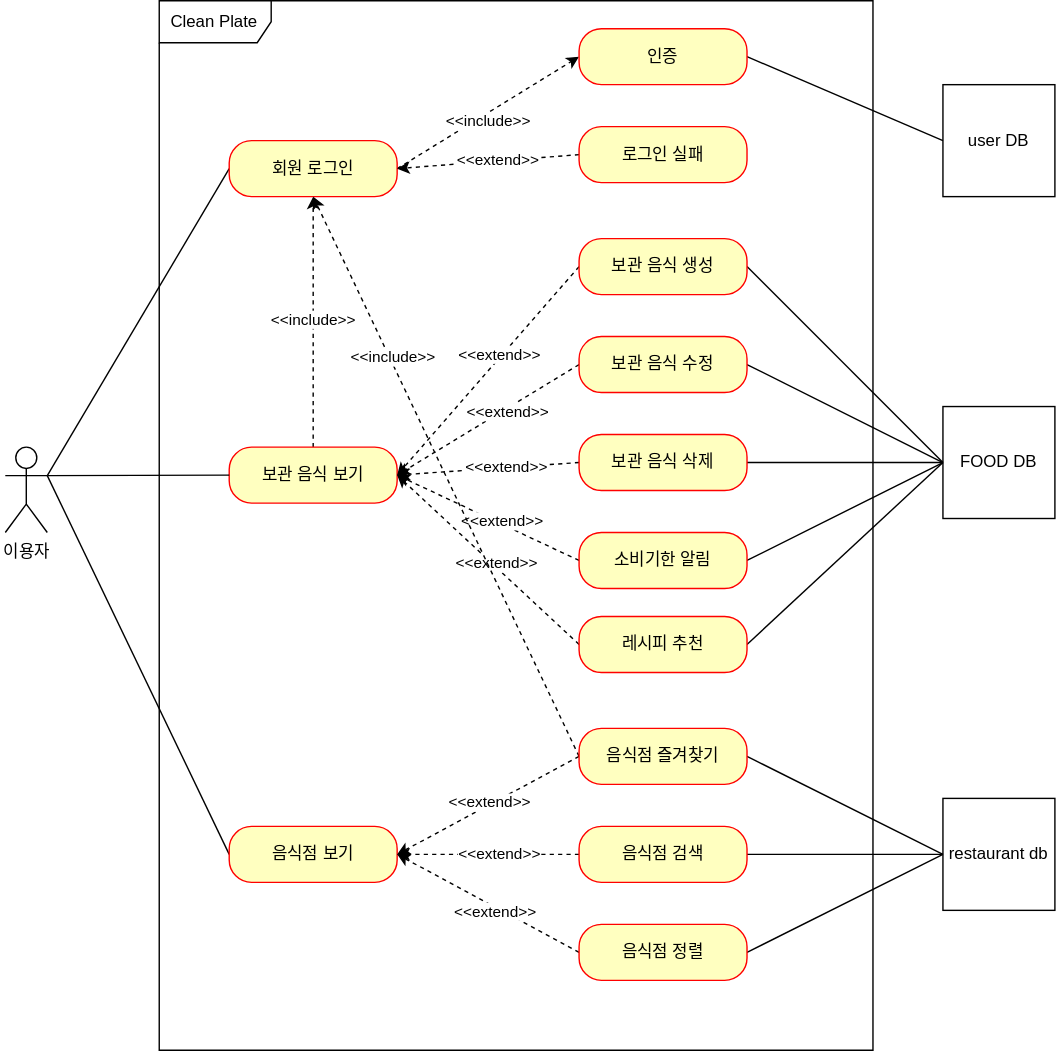
Earlier version of the draw.io export cleanplate/document/use-case.svg (whwlsgkr7/Clean-Plate). Source tidied: cells renumbered, new cells last; positions are measured from the earlier drawing's top-left corner, leaving out a move shared by most shapes.
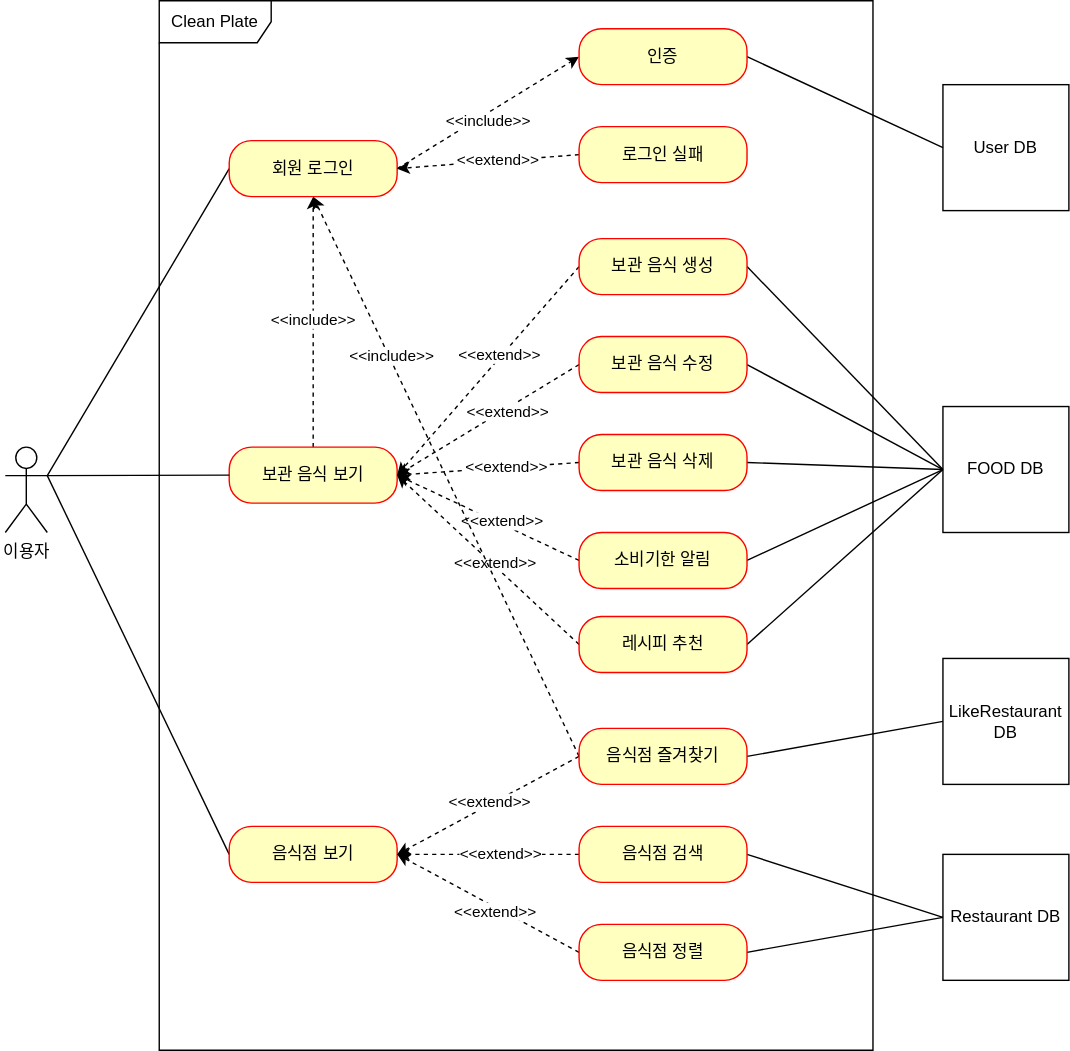
After the change.

Commit message:
usecase 업데이트

The edit, as a diff of the source:
```diff
@@ -14,14 +14,14 @@
     <mxCell id="5" value="Clean Plate" style="shape=umlFrame;whiteSpace=wrap;html=1;width=80;height=30;" parent="1" vertex="1">
       <mxGeometry x="110" width="510" height="750" as="geometry" />
     </mxCell>
-    <mxCell id="6" value="user DB" style="whiteSpace=wrap;html=1;" parent="1" vertex="1">
-      <mxGeometry x="670" y="60" width="80" height="80" as="geometry" />
+    <mxCell id="6" value="User DB" style="whiteSpace=wrap;html=1;" parent="1" vertex="1">
+      <mxGeometry x="670" y="60" width="90" height="90" as="geometry" />
     </mxCell>
     <mxCell id="7" value="FOOD DB" style="whiteSpace=wrap;html=1;" parent="1" vertex="1">
-      <mxGeometry x="670" y="290" width="80" height="80" as="geometry" />
+      <mxGeometry x="670" y="290" width="90" height="90" as="geometry" />
     </mxCell>
-    <mxCell id="8" value="restaurant db" style="whiteSpace=wrap;html=1;" parent="1" vertex="1">
-      <mxGeometry x="670" y="570" width="80" height="80" as="geometry" />
+    <mxCell id="8" value="Restaurant DB" style="whiteSpace=wrap;html=1;" parent="1" vertex="1">
+      <mxGeometry x="670" y="610" width="90" height="90" as="geometry" />
     </mxCell>
     <mxCell id="9" style="rounded=0;jettySize=auto;html=1;exitX=1;exitY=0.5;exitDx=0;exitDy=0;entryX=0;entryY=0.5;entryDx=0;entryDy=0;dashed=1;" parent="1" edge="1" source="11" target="17">
       <mxGeometry relative="1" as="geometry" />
@@ -168,11 +168,14 @@
         <mxPoint y="1" as="offset" />
       </mxGeometry>
     </mxCell>
-    <mxCell id="54" style="rounded=0;jettySize=auto;html=1;exitX=1;exitY=0.5;exitDx=0;exitDy=0;entryX=0;entryY=0.5;entryDx=0;entryDy=0;endArrow=none;endFill=0;" parent="1" edge="1" source="55" target="8">
-      <mxGeometry relative="1" as="geometry" />
-    </mxCell>
+    <mxCell id="56" style="rounded=0;jettySize=auto;html=1;exitX=1;exitY=0.5;exitDx=0;exitDy=0;entryX=0;entryY=0.5;entryDx=0;entryDy=0;endArrow=none;endFill=0;" parent="1" edge="1" source="55" target="57">
+      <mxGeometry relative="1" as="geometry" />
+    </mxCell>
     <mxCell id="55" value="음식점 즐겨찾기" style="rounded=1;whiteSpace=wrap;html=1;arcSize=40;fontColor=#000000;fillColor=#ffffc0;strokeColor=#ff0000;" parent="1" vertex="1">
       <mxGeometry x="410" y="520" width="120" height="40" as="geometry" />
     </mxCell>
+    <mxCell id="57" value="LikeRestaurant DB" style="whiteSpace=wrap;html=1;" parent="1" vertex="1">
+      <mxGeometry x="670" y="470" width="90" height="90" as="geometry" />
+    </mxCell>
   </root>
 </mxGraphModel>
```
